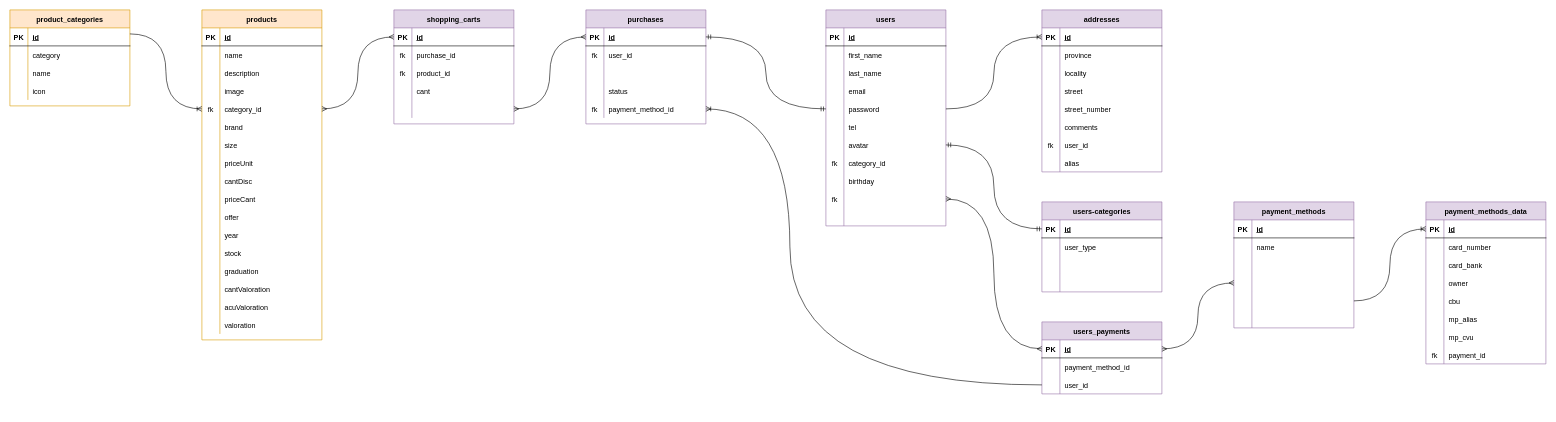
Above: varios/Diagrama BD Let-Bar.drawio in LucasNF22/Let-Bar (draw.io), before the change. Source tidied: cells renumbered, new cells numbered last; positions are measured from the earlier drawing's top-left corner, leaving out a move shared by most shapes. Both pictures are drawn from the tidied source at 60%, with x=0, y=0 at pixel (10, 10).
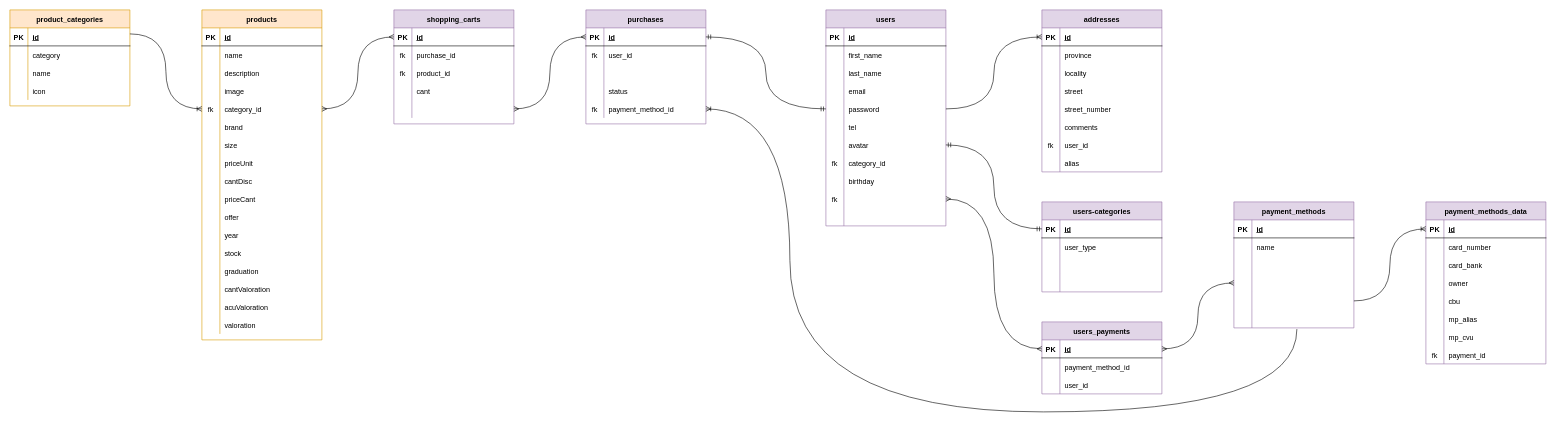
After the change.

Unchanged cells that the change refers to:
```xml
<mxCell id="101" style="shape=tableRow;horizontal=0;startSize=0;swimlaneHead=0;swimlaneBody=0;fillColor=none;points=[[0,0.5],[1,0.5]];portConstraint=eastwest;top=0;left=0;right=0;bottom=0;" parent="88" vertex="1">
  <mxGeometry y="150" width="200" height="30" as="geometry" />
</mxCell>
<mxCell id="136" style="shape=tableRow;horizontal=0;startSize=0;swimlaneHead=0;swimlaneBody=0;fillColor=none;points=[[0,0.5],[1,0.5]];portConstraint=eastwest;top=0;left=0;right=0;bottom=0;" parent="129" vertex="1">
  <mxGeometry y="90" width="200" height="30" as="geometry" />
</mxCell>
<mxCell id="211" style="shape=tableRow;horizontal=0;startSize=0;swimlaneHead=0;swimlaneBody=0;fillColor=none;points=[[0,0.5],[1,0.5]];portConstraint=eastwest;top=0;left=0;right=0;bottom=0;" parent="195" vertex="1">
  <mxGeometry y="180" width="200" height="30" as="geometry" />
</mxCell>
```

Change to the diagram source:
```diff
@@
-    <mxCell id="234" style="edgeStyle=orthogonalEdgeStyle;fontSize=12;html=1;endArrow=ERoneToMany;rounded=0;fontColor=#FF0000;strokeColor=#000000;curved=1;exitX=0;exitY=0.5;exitDx=0;exitDy=0;entryX=1;entryY=0.5;entryDx=0;entryDy=0;" parent="1" edge="1" source="136" target="101">
+    <mxCell id="234" style="edgeStyle=orthogonalEdgeStyle;fontSize=12;html=1;endArrow=ERoneToMany;rounded=0;fontColor=#FF0000;strokeColor=#000000;curved=1;exitX=0.525;exitY=1.067;exitDx=0;exitDy=0;entryX=1;entryY=0.5;entryDx=0;entryDy=0;exitPerimeter=0;" parent="1" edge="1" source="211" target="101">
       <mxGeometry relative="1" as="geometry">
         <Array as="points">
-          <mxPoint x="1300" y="625" />
+          <mxPoint x="2145" y="670" />
+          <mxPoint x="1300" y="670" />
           <mxPoint x="1300" y="165" />
         </Array>
       </mxGeometry>
     </mxCell>
```
